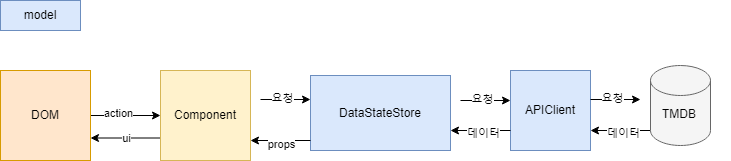
woowacourse/javascript-movie-review keeps this draw.io diagram as readmeImages/모듈구조.png. Above is the earlier version. Source tidied: cells renumbered, new cells last; positions are measured from the earlier drawing's top-left corner, leaving out a move shared by most shapes.
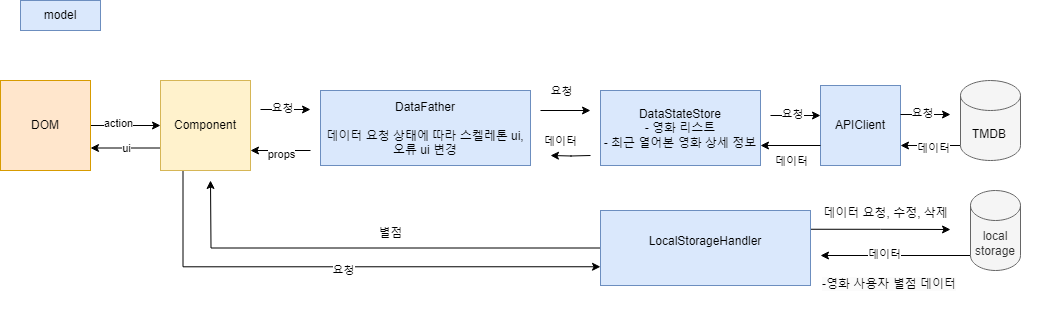
The same diagram one commit later.

What changed in the source:
```diff
@@ -9,19 +9,19 @@
       <mxGeometry x="-0.06" y="2" relative="1" as="geometry" />
     </mxCell>
     <mxCell id="4" style="shape=cylinder3;whiteSpace=wrap;html=1;boundedLbl=1;backgroundOutline=1;size=15;fillColor=#f5f5f5;fontColor=#333333;strokeColor=#666666;" parent="1" vertex="1">
-      <mxGeometry x="650" y="65" width="60" height="80" as="geometry" />
+      <mxGeometry x="960" y="70" width="60" height="80" as="geometry" />
     </mxCell>
     <mxCell id="5" value="TMDB" style="text;whiteSpace=wrap;" parent="1" vertex="1">
-      <mxGeometry x="660" y="100" width="70" height="40" as="geometry" />
+      <mxGeometry x="970" y="110" width="70" height="40" as="geometry" />
     </mxCell>
     <mxCell id="6" value="APIClient" style="whiteSpace=wrap;html=1;fillColor=#dae8fc;strokeColor=#6c8ebf;" parent="1" vertex="1">
-      <mxGeometry x="510" y="70" width="80" height="80" as="geometry" />
+      <mxGeometry x="820" y="75" width="80" height="80" as="geometry" />
     </mxCell>
-    <mxCell id="7" value="DataStateStore" style="rounded=0;whiteSpace=wrap;html=1;fillColor=#dae8fc;strokeColor=#6c8ebf;" parent="1" vertex="1">
-      <mxGeometry x="310" y="75" width="140" height="75" as="geometry" />
+    <mxCell id="7" value="DataStateStore&lt;br&gt;- 영화 리스트&lt;br&gt;- 최근 열어본 영화 상세 정보" style="rounded=0;whiteSpace=wrap;html=1;fillColor=#dae8fc;strokeColor=#6c8ebf;" parent="1" vertex="1">
+      <mxGeometry x="600" y="80" width="160" height="75" as="geometry" />
     </mxCell>
     <mxCell id="8" value="model" style="rounded=0;whiteSpace=wrap;html=1;fillColor=#dae8fc;strokeColor=#6c8ebf;" parent="1" vertex="1">
-      <mxGeometry width="80" height="30" as="geometry" />
+      <mxGeometry x="20" y="-10" width="80" height="30" as="geometry" />
     </mxCell>
     <mxCell id="9" style="edgeStyle=orthogonalEdgeStyle;rounded=0;jettySize=auto;html=1;entryX=0;entryY=0.5;entryDx=0;entryDy=0;" parent="1" edge="1" source="11" target="20">
       <mxGeometry relative="1" as="geometry" />
@@ -34,8 +34,8 @@
     </mxCell>
     <mxCell id="12" style="endArrow=classic;html=1;rounded=0;" parent="1" edge="1">
       <mxGeometry relative="1" as="geometry">
-        <mxPoint x="590" y="99" as="sourcePoint" />
-        <mxPoint x="640" y="99" as="targetPoint" />
+        <mxPoint x="900" y="104" as="sourcePoint" />
+        <mxPoint x="950" y="104" as="targetPoint" />
       </mxGeometry>
     </mxCell>
     <mxCell id="13" value="요청" style="edgeLabel;html=1;align=center;verticalAlign=middle;" parent="12" vertex="1">
@@ -43,8 +43,8 @@
     </mxCell>
     <mxCell id="14" style="endArrow=classic;html=1;rounded=0;" parent="1" edge="1">
       <mxGeometry relative="1" as="geometry">
-        <mxPoint x="460" y="100" as="sourcePoint" />
-        <mxPoint x="510" y="100" as="targetPoint" />
+        <mxPoint x="770" y="105" as="sourcePoint" />
+        <mxPoint x="820" y="105" as="targetPoint" />
       </mxGeometry>
     </mxCell>
     <mxCell id="15" value="요청" style="edgeLabel;html=1;align=center;verticalAlign=middle;" parent="14" vertex="1">
@@ -52,12 +52,14 @@
     </mxCell>
     <mxCell id="16" style="edgeStyle=orthogonalEdgeStyle;rounded=0;orthogonalLoop=1;jettySize=auto;html=1;exitX=0;exitY=1;exitDx=0;exitDy=-15;exitPerimeter=0;entryX=1;entryY=0.75;entryDx=0;entryDy=0;" parent="1" edge="1">
       <mxGeometry relative="1" as="geometry">
-        <mxPoint x="510" y="130" as="sourcePoint" />
-        <mxPoint x="450" y="130" as="targetPoint" />
+        <mxPoint x="820" y="135" as="sourcePoint" />
+        <mxPoint x="760" y="135" as="targetPoint" />
       </mxGeometry>
     </mxCell>
     <mxCell id="17" value="데이터" style="edgeLabel;html=1;align=center;verticalAlign=middle;" parent="16" vertex="1">
-      <mxGeometry x="-0.06" y="2" relative="1" as="geometry" />
+      <mxGeometry x="-0.06" y="2" relative="1" as="geometry">
+        <mxPoint x="-2" y="13" as="offset" />
+      </mxGeometry>
     </mxCell>
     <mxCell id="18" style="edgeStyle=orthogonalEdgeStyle;rounded=0;jettySize=auto;html=1;exitX=0;exitY=0.75;exitDx=0;exitDy=0;entryX=1;entryY=0.75;entryDx=0;entryDy=0;" parent="1" edge="1" source="20" target="11">
       <mxGeometry relative="1" as="geometry" />
@@ -65,6 +67,12 @@
     <mxCell id="19" value="ui" style="edgeLabel;html=1;align=center;verticalAlign=middle;" parent="18" vertex="1">
       <mxGeometry x="0.01" relative="1" as="geometry" />
     </mxCell>
+    <mxCell id="25" style="edgeStyle=orthogonalEdgeStyle;rounded=0;jettySize=auto;html=1;exitX=0.25;exitY=1;exitDx=0;exitDy=0;entryX=0;entryY=0.75;entryDx=0;entryDy=0;" parent="1" edge="1" source="20" target="37">
+      <mxGeometry relative="1" as="geometry" />
+    </mxCell>
+    <mxCell id="26" value="요청" style="edgeLabel;html=1;align=center;verticalAlign=middle;" parent="25" vertex="1">
+      <mxGeometry y="-3" relative="1" as="geometry" />
+    </mxCell>
     <mxCell id="20" value="Component" style="whiteSpace=wrap;html=1;fillColor=#fff2cc;strokeColor=#d6b656;" parent="1" vertex="1">
       <mxGeometry x="160" y="70" width="90" height="90" as="geometry" />
     </mxCell>
@@ -90,5 +98,63 @@
     <mxCell id="24" value="props" style="edgeLabel;html=1;align=center;verticalAlign=middle;" parent="23" vertex="1">
       <mxGeometry x="0.01" y="3" relative="1" as="geometry" />
     </mxCell>
+    <mxCell id="27" value="DataFather&lt;br&gt;&lt;br&gt;데이터 요청 상태에 따라 스켈레톤 ui, 오류 ui 변경" style="rounded=0;whiteSpace=wrap;html=1;fillColor=#dae8fc;strokeColor=#6c8ebf;" parent="1" vertex="1">
+      <mxGeometry x="320" y="80" width="210" height="75" as="geometry" />
+    </mxCell>
+    <mxCell id="28" style="endArrow=classic;html=1;rounded=0;" parent="1" edge="1">
+      <mxGeometry relative="1" as="geometry">
+        <mxPoint x="540" y="100" as="sourcePoint" />
+        <mxPoint x="590" y="100" as="targetPoint" />
+      </mxGeometry>
+    </mxCell>
+    <mxCell id="29" value="요청" style="edgeLabel;html=1;align=center;verticalAlign=middle;" parent="28" vertex="1">
+      <mxGeometry x="-0.17" y="2" relative="1" as="geometry">
+        <mxPoint x="-1" y="-18" as="offset" />
+      </mxGeometry>
+    </mxCell>
+    <mxCell id="30" style="edgeStyle=orthogonalEdgeStyle;rounded=0;orthogonalLoop=1;jettySize=auto;html=1;entryX=1;entryY=0.75;entryDx=0;entryDy=0;" parent="1" edge="1">
+      <mxGeometry relative="1" as="geometry">
+        <mxPoint x="590" y="145" as="sourcePoint" />
+        <mxPoint x="550" y="145" as="targetPoint" />
+      </mxGeometry>
+    </mxCell>
+    <mxCell id="31" value="데이터" style="edgeLabel;html=1;align=center;verticalAlign=middle;" parent="30" vertex="1">
+      <mxGeometry x="-0.06" y="2" relative="1" as="geometry">
+        <mxPoint x="-10" y="-13" as="offset" />
+      </mxGeometry>
+    </mxCell>
+    <mxCell id="32" style="edgeStyle=orthogonalEdgeStyle;rounded=0;jettySize=auto;html=1;exitX=0;exitY=1;exitDx=0;exitDy=-15;exitPerimeter=0;" parent="1" edge="1" source="34">
+      <mxGeometry relative="1" as="geometry">
+        <mxPoint x="820" y="245" as="targetPoint" />
+      </mxGeometry>
+    </mxCell>
+    <mxCell id="33" value="데이터" style="edgeLabel;html=1;align=center;verticalAlign=middle;" parent="32" vertex="1">
+      <mxGeometry x="0.16" y="-2" relative="1" as="geometry" />
+    </mxCell>
+    <mxCell id="34" value="local&lt;br&gt;storage" style="shape=cylinder3;whiteSpace=wrap;html=1;boundedLbl=1;backgroundOutline=1;size=15;fillColor=#f5f5f5;fontColor=#333333;strokeColor=#666666;" parent="1" vertex="1">
+      <mxGeometry x="970" y="180" width="50" height="80" as="geometry" />
+    </mxCell>
+    <mxCell id="35" style="edgeStyle=orthogonalEdgeStyle;rounded=0;jettySize=auto;html=1;exitX=1;exitY=0.25;exitDx=0;exitDy=0;" parent="1" edge="1" source="37">
+      <mxGeometry relative="1" as="geometry">
+        <mxPoint x="950" y="219" as="targetPoint" />
+      </mxGeometry>
+    </mxCell>
+    <mxCell id="36" style="edgeStyle=orthogonalEdgeStyle;rounded=0;jettySize=auto;html=1;exitX=0;exitY=0.5;exitDx=0;exitDy=0;" parent="1" edge="1" source="37">
+      <mxGeometry relative="1" as="geometry">
+        <mxPoint x="210" y="170" as="targetPoint" />
+      </mxGeometry>
+    </mxCell>
+    <mxCell id="37" value="LocalStorageHandler&lt;br&gt;&amp;nbsp;" style="rounded=0;whiteSpace=wrap;html=1;fillColor=#dae8fc;strokeColor=#6c8ebf;" parent="1" vertex="1">
+      <mxGeometry x="600" y="200" width="210" height="75" as="geometry" />
+    </mxCell>
+    <mxCell id="38" value="데이터 요청, 수정, 삭제" style="text;html=1;align=center;verticalAlign=middle;strokeColor=none;fillColor=none;" parent="1" vertex="1">
+      <mxGeometry x="810" y="188" width="150" height="30" as="geometry" />
+    </mxCell>
+    <mxCell id="39" value="&lt;span style=&quot;color: rgb(0, 0, 0); font-family: Helvetica; font-size: 12px; font-style: normal; font-variant-ligatures: normal; font-variant-caps: normal; font-weight: 400; letter-spacing: normal; orphans: 2; text-align: center; text-indent: 0px; text-transform: none; widows: 2; word-spacing: 0px; -webkit-text-stroke-width: 0px; white-space: normal; background-color: rgb(251, 251, 251); text-decoration-thickness: initial; text-decoration-style: initial; text-decoration-color: initial; display: inline !important; float: none;&quot;&gt;-영화 사용자 별점 데이터&lt;/span&gt;" style="text;whiteSpace=wrap;html=1;" parent="1" vertex="1">
+      <mxGeometry x="820" y="260" width="170" height="40" as="geometry" />
+    </mxCell>
+    <mxCell id="40" value="별점" style="text;html=1;align=center;verticalAlign=middle;strokeColor=none;fillColor=none;" parent="1" vertex="1">
+      <mxGeometry x="365" y="208" width="50" height="30" as="geometry" />
+    </mxCell>
   </root>
 </mxGraphModel>
```
